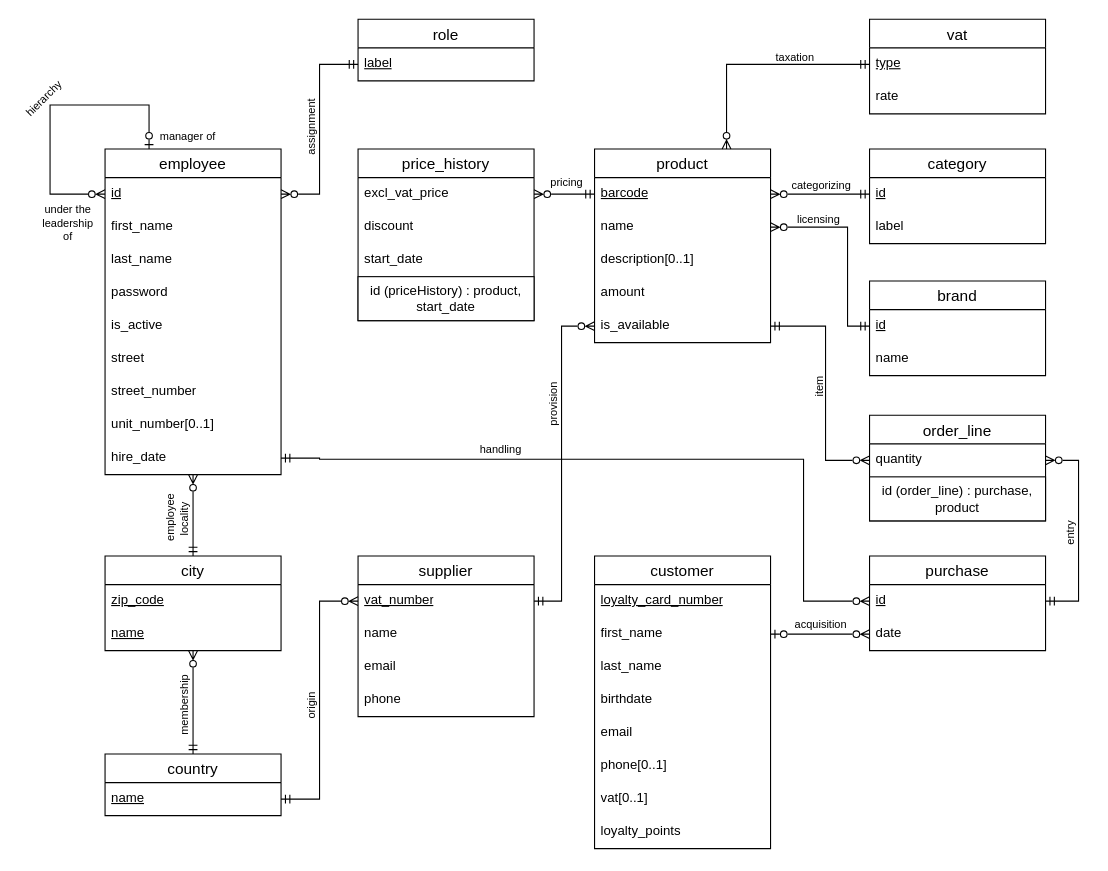
The draw.io diagram docs/db_design/er_diagram.drawio in maxoux53/petit-bazar, before the edit. Source tidied: cells renumbered, new cells numbered last; positions are measured from the earlier drawing's top-left corner, leaving out a move shared by most shapes. Both pictures are drawn from the tidied source at 110%, with x=0, y=0 at pixel (16, 19).
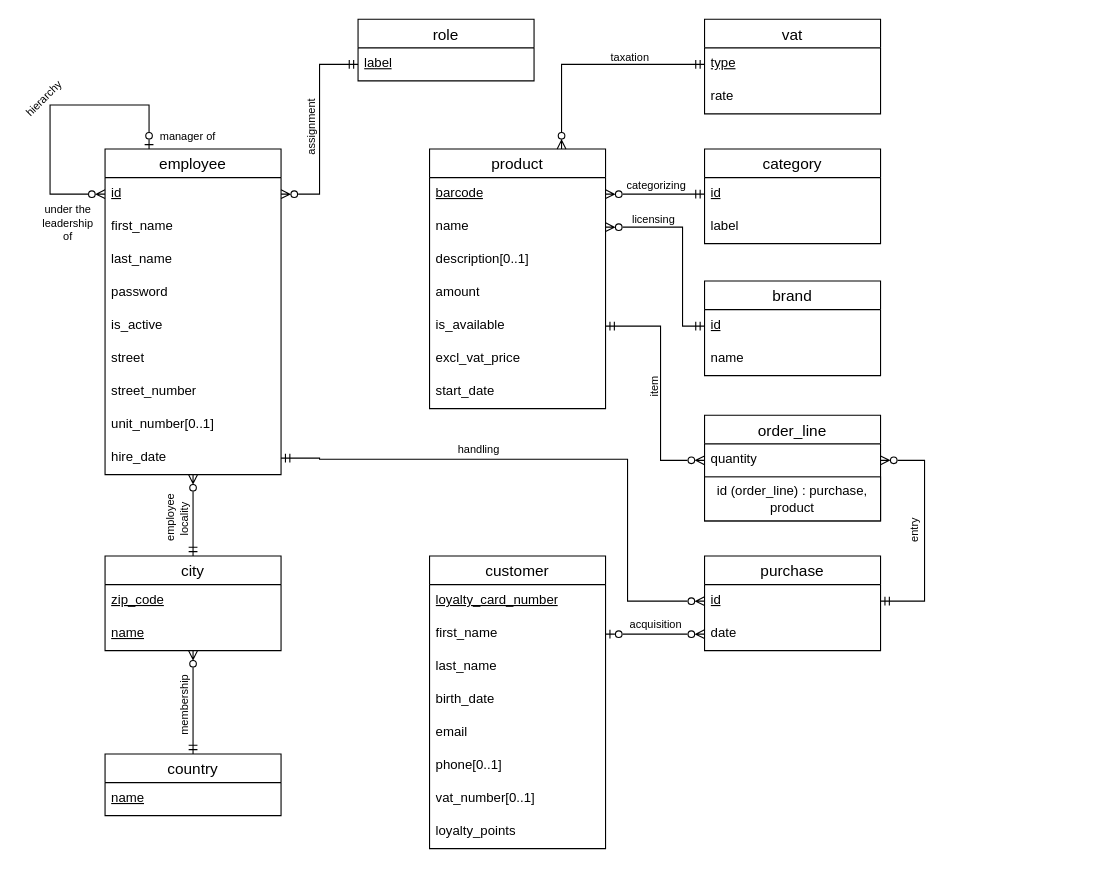
After the change.

Commit message (it also covers changes not shown here):
remove supplier and price history

Unchanged cells that the change refers to:
```xml
<mxCell id="13" value="hire_date" style="text;strokeColor=none;fillColor=none;spacingLeft=4;spacingRight=4;overflow=hidden;points=[[0,0.5],[1,0.5]];portConstraint=eastwest;fontSize=12;whiteSpace=wrap;html=1;" parent="3" vertex="1">
  <mxGeometry y="266" width="160" height="30" as="geometry" />
</mxCell>
<mxCell id="15" value="&lt;u&gt;barcode&lt;/u&gt;" style="text;strokeColor=none;fillColor=none;spacingLeft=4;spacingRight=4;overflow=hidden;points=[[0,0.5],[1,0.5]];portConstraint=eastwest;fontSize=12;whiteSpace=wrap;html=1;" parent="14" vertex="1">
  <mxGeometry y="26" width="160" height="30" as="geometry" />
</mxCell>
<mxCell id="16" value="name" style="text;strokeColor=none;fillColor=none;spacingLeft=4;spacingRight=4;overflow=hidden;points=[[0,0.5],[1,0.5]];portConstraint=eastwest;fontSize=12;whiteSpace=wrap;html=1;" parent="14" vertex="1">
  <mxGeometry y="56" width="160" height="30" as="geometry" />
</mxCell>
<mxCell id="19" value="is_available" style="text;strokeColor=none;fillColor=none;spacingLeft=4;spacingRight=4;overflow=hidden;points=[[0,0.5],[1,0.5]];portConstraint=eastwest;fontSize=12;whiteSpace=wrap;html=1;" parent="14" vertex="1">
  <mxGeometry y="146" width="160" height="30" as="geometry" />
</mxCell>
<mxCell id="21" value="&lt;u&gt;id&lt;/u&gt;" style="text;strokeColor=none;fillColor=none;spacingLeft=4;spacingRight=4;overflow=hidden;points=[[0,0.5],[1,0.5]];portConstraint=eastwest;fontSize=12;whiteSpace=wrap;html=1;" parent="20" vertex="1">
  <mxGeometry y="26" width="160" height="30" as="geometry" />
</mxCell>
<mxCell id="34" value="&lt;u&gt;name&lt;/u&gt;" style="text;strokeColor=none;fillColor=none;spacingLeft=4;spacingRight=4;overflow=hidden;points=[[0,0.5],[1,0.5]];portConstraint=eastwest;fontSize=12;whiteSpace=wrap;html=1;" parent="33" vertex="1">
  <mxGeometry y="26" width="160" height="30" as="geometry" />
</mxCell>
<mxCell id="50" value="&lt;u&gt;id&lt;/u&gt;" style="text;strokeColor=none;fillColor=none;spacingLeft=4;spacingRight=4;overflow=hidden;points=[[0,0.5],[1,0.5]];portConstraint=eastwest;fontSize=12;whiteSpace=wrap;html=1;" parent="49" vertex="1">
  <mxGeometry y="26" width="160" height="30" as="geometry" />
</mxCell>
<mxCell id="51" value="date" style="text;strokeColor=none;fillColor=none;spacingLeft=4;spacingRight=4;overflow=hidden;points=[[0,0.5],[1,0.5]];portConstraint=eastwest;fontSize=12;whiteSpace=wrap;html=1;" parent="49" vertex="1">
  <mxGeometry y="56" width="160" height="30" as="geometry" />
</mxCell>
<mxCell id="53" value="quantity" style="text;strokeColor=none;fillColor=none;spacingLeft=4;spacingRight=4;overflow=hidden;points=[[0,0.5],[1,0.5]];portConstraint=eastwest;fontSize=12;whiteSpace=wrap;html=1;" parent="52" vertex="1">
  <mxGeometry y="26" width="160" height="30" as="geometry" />
</mxCell>
```

Diff of the diagram source:
```diff
@@
     <mxCell id="2" style="edgeStyle=orthogonalEdgeStyle;rounded=0;jettySize=auto;html=1;exitX=1;exitY=0.5;exitDx=0;exitDy=0;entryX=0;entryY=0.5;entryDx=0;entryDy=0;startArrow=ERmandOne;startFill=0;endArrow=ERzeroToMany;endFill=0;" parent="1" edge="1" source="13" target="50">
       <mxGeometry relative="1" as="geometry">
         <Array as="points">
           <mxPoint x="275" y="399" />
-          <mxPoint x="275" y="400" />
-          <mxPoint x="715" y="400" />
-          <mxPoint x="715" y="529" />
+          <mxPoint x="555" y="400" />
+          <mxPoint x="555" y="529" />
         </Array>
       </mxGeometry>
     </mxCell>
@@
     <mxCell id="14" value="product" style="swimlane;fontStyle=0;horizontal=1;startSize=26;align=center;fontSize=14;" parent="1" vertex="1">
-      <mxGeometry x="525" y="118" width="160" height="176" as="geometry" />
+      <mxGeometry x="375" y="118" width="160" height="236" as="geometry" />
     </mxCell>
@@
+    <mxCell id="36" value="excl_vat_price" style="text;strokeColor=none;fillColor=none;spacingLeft=4;spacingRight=4;overflow=hidden;points=[[0,0.5],[1,0.5]];portConstraint=eastwest;fontSize=12;whiteSpace=wrap;html=1;" parent="14" vertex="1">
+      <mxGeometry y="176" width="160" height="30" as="geometry" />
+    </mxCell>
+    <mxCell id="38" value="start_date" style="text;strokeColor=none;fillColor=none;spacingLeft=4;spacingRight=4;overflow=hidden;fontSize=12;whiteSpace=wrap;html=1;" parent="14" vertex="1">
+      <mxGeometry y="206" width="160" height="30" as="geometry" />
+    </mxCell>
     <mxCell id="20" value="brand" style="swimlane;fontStyle=0;horizontal=1;startSize=26;align=center;fontSize=14;" parent="1" vertex="1">
-      <mxGeometry x="775" y="238" width="160" height="86" as="geometry" />
+      <mxGeometry x="625" y="238" width="160" height="86" as="geometry" />
     </mxCell>
@@
-    <mxCell id="23" value="supplier" style="swimlane;fontStyle=0;horizontal=1;startSize=26;align=center;fontSize=14;" parent="1" vertex="1">
-      <mxGeometry x="310" y="488" width="160" height="146" as="geometry" />
-    </mxCell>
-    <mxCell id="24" value="&lt;u&gt;vat_number&lt;/u&gt;" style="text;strokeColor=none;fillColor=none;spacingLeft=4;spacingRight=4;overflow=hidden;points=[[0,0.5],[1,0.5]];portConstraint=eastwest;fontSize=12;whiteSpace=wrap;html=1;" parent="23" vertex="1">
-      <mxGeometry y="26" width="160" height="30" as="geometry" />
-    </mxCell>
-    <mxCell id="25" value="name" style="text;strokeColor=none;fillColor=none;spacingLeft=4;spacingRight=4;overflow=hidden;fontSize=12;whiteSpace=wrap;html=1;" parent="23" vertex="1">
-      <mxGeometry y="56" width="160" height="30" as="geometry" />
-    </mxCell>
-    <mxCell id="26" value="email" style="text;strokeColor=none;fillColor=none;spacingLeft=4;spacingRight=4;overflow=hidden;fontSize=12;whiteSpace=wrap;html=1;" parent="23" vertex="1">
-      <mxGeometry y="86" width="160" height="30" as="geometry" />
-    </mxCell>
-    <mxCell id="27" value="phone" style="text;strokeColor=none;fillColor=none;spacingLeft=4;spacingRight=4;overflow=hidden;fontSize=12;whiteSpace=wrap;html=1;" parent="23" vertex="1">
-      <mxGeometry y="116" width="160" height="30" as="geometry" />
-    </mxCell>
@@
-    <mxCell id="35" value="price_history" style="swimlane;fontStyle=0;horizontal=1;startSize=26;align=center;fontSize=14;" parent="1" vertex="1">
-      <mxGeometry x="310" y="118" width="160" height="156" as="geometry" />
-    </mxCell>
-    <mxCell id="36" value="excl_vat_price" style="text;strokeColor=none;fillColor=none;spacingLeft=4;spacingRight=4;overflow=hidden;points=[[0,0.5],[1,0.5]];portConstraint=eastwest;fontSize=12;whiteSpace=wrap;html=1;" parent="35" vertex="1">
-      <mxGeometry y="26" width="160" height="30" as="geometry" />
-    </mxCell>
-    <mxCell id="37" value="discount" style="text;strokeColor=none;fillColor=none;spacingLeft=4;spacingRight=4;overflow=hidden;fontSize=12;whiteSpace=wrap;html=1;" parent="35" vertex="1">
-      <mxGeometry y="56" width="160" height="30" as="geometry" />
-    </mxCell>
-    <mxCell id="38" value="start_date" style="text;strokeColor=none;fillColor=none;spacingLeft=4;spacingRight=4;overflow=hidden;fontSize=12;whiteSpace=wrap;html=1;" parent="35" vertex="1">
-      <mxGeometry y="86" width="160" height="30" as="geometry" />
-    </mxCell>
-    <mxCell id="39" value="id (priceHistory) : product, start_date" style="whiteSpace=wrap;html=1;align=center;" parent="35" vertex="1">
-      <mxGeometry y="116" width="160" height="40" as="geometry" />
-    </mxCell>
     <mxCell id="40" value="customer" style="swimlane;fontStyle=0;horizontal=1;startSize=26;align=center;fontSize=14;" parent="1" vertex="1">
-      <mxGeometry x="525" y="488" width="160" height="266" as="geometry" />
+      <mxGeometry x="375" y="488" width="160" height="266" as="geometry" />
     </mxCell>
@@
-    <mxCell id="44" value="birthdate" style="text;strokeColor=none;fillColor=none;spacingLeft=4;spacingRight=4;overflow=hidden;fontSize=12;whiteSpace=wrap;html=1;" parent="40" vertex="1">
+    <mxCell id="44" value="birth_date" style="text;strokeColor=none;fillColor=none;spacingLeft=4;spacingRight=4;overflow=hidden;fontSize=12;whiteSpace=wrap;html=1;" parent="40" vertex="1">
       <mxGeometry y="116" width="160" height="30" as="geometry" />
     </mxCell>
@@
-    <mxCell id="47" value="vat[0..1]" style="text;strokeColor=none;fillColor=none;spacingLeft=4;spacingRight=4;overflow=hidden;fontSize=12;whiteSpace=wrap;html=1;" parent="40" vertex="1">
+    <mxCell id="47" value="vat_number[0..1]" style="text;strokeColor=none;fillColor=none;spacingLeft=4;spacingRight=4;overflow=hidden;fontSize=12;whiteSpace=wrap;html=1;" parent="40" vertex="1">
       <mxGeometry y="206" width="160" height="30" as="geometry" />
     </mxCell>
@@
     <mxCell id="49" value="purchase" style="swimlane;fontStyle=0;horizontal=1;startSize=26;align=center;fontSize=14;" parent="1" vertex="1">
-      <mxGeometry x="775" y="488" width="160" height="86" as="geometry" />
+      <mxGeometry x="625" y="488" width="160" height="86" as="geometry" />
     </mxCell>
@@
     <mxCell id="52" value="order_line" style="swimlane;fontStyle=0;horizontal=1;startSize=26;align=center;fontSize=14;" parent="1" vertex="1">
-      <mxGeometry x="775" y="360" width="160" height="96" as="geometry" />
+      <mxGeometry x="625" y="360" width="160" height="96" as="geometry" />
     </mxCell>
@@
-    <mxCell id="55" style="edgeStyle=orthogonalEdgeStyle;rounded=0;jettySize=auto;html=1;exitX=0;exitY=0.5;exitDx=0;exitDy=0;entryX=1;entryY=0.5;entryDx=0;entryDy=0;endArrow=ERmandOne;endFill=0;startArrow=ERzeroToMany;startFill=0;" parent="1" edge="1" source="24" target="34">
-      <mxGeometry relative="1" as="geometry" />
-    </mxCell>
-    <mxCell id="56" style="edgeStyle=orthogonalEdgeStyle;rounded=0;jettySize=auto;html=1;exitX=1;exitY=0.5;exitDx=0;exitDy=0;endArrow=ERzeroToMany;endFill=0;startArrow=ERmandOne;startFill=0;entryX=0;entryY=0.5;entryDx=0;entryDy=0;" parent="1" edge="1" source="24" target="19">
-      <mxGeometry relative="1" as="geometry">
-        <Array as="points">
-          <mxPoint x="495" y="529" />
-          <mxPoint x="495" y="279" />
-        </Array>
-      </mxGeometry>
-    </mxCell>
-    <mxCell id="57" style="edgeStyle=orthogonalEdgeStyle;rounded=0;jettySize=auto;html=1;exitX=0;exitY=0.5;exitDx=0;exitDy=0;entryX=1;entryY=0.5;entryDx=0;entryDy=0;endArrow=ERzeroToMany;endFill=0;startArrow=ERmandOne;startFill=0;" parent="1" edge="1" source="15" target="36">
-      <mxGeometry relative="1" as="geometry" />
-    </mxCell>
     <mxCell id="58" style="edgeStyle=orthogonalEdgeStyle;rounded=0;jettySize=auto;html=1;exitX=1;exitY=0.5;exitDx=0;exitDy=0;entryX=0;entryY=0.5;entryDx=0;entryDy=0;endArrow=ERmandOne;endFill=0;startArrow=ERzeroToMany;startFill=0;" parent="1" edge="1" source="16" target="21">
       <mxGeometry relative="1" as="geometry">
         <Array as="points">
-          <mxPoint x="755" y="189" />
-          <mxPoint x="755" y="279" />
+          <mxPoint x="605" y="189" />
+          <mxPoint x="605" y="279" />
         </Array>
       </mxGeometry>
     </mxCell>
     <mxCell id="59" style="edgeStyle=orthogonalEdgeStyle;rounded=0;jettySize=auto;html=1;exitX=1;exitY=0.5;exitDx=0;exitDy=0;entryX=0;entryY=0.5;entryDx=0;entryDy=0;endArrow=ERzeroToMany;endFill=0;startArrow=ERmandOne;startFill=0;" parent="1" edge="1" source="19" target="53">
       <mxGeometry relative="1" as="geometry">
         <Array as="points">
-          <mxPoint x="735" y="279" />
-          <mxPoint x="735" y="401" />
+          <mxPoint x="585" y="279" />
+          <mxPoint x="585" y="401" />
         </Array>
       </mxGeometry>
     </mxCell>
     <mxCell id="60" style="edgeStyle=orthogonalEdgeStyle;rounded=0;jettySize=auto;html=1;exitX=1;exitY=0.5;exitDx=0;exitDy=0;entryX=1;entryY=0.5;entryDx=0;entryDy=0;endArrow=ERmandOne;endFill=0;startArrow=ERzeroToMany;startFill=0;" parent="1" edge="1" source="53" target="50">
       <mxGeometry relative="1" as="geometry">
         <Array as="points">
-          <mxPoint x="965" y="401" />
-          <mxPoint x="965" y="529" />
+          <mxPoint x="825" y="401" />
+          <mxPoint x="825" y="529" />
         </Array>
       </mxGeometry>
     </mxCell>
     <mxCell id="61" style="edgeStyle=orthogonalEdgeStyle;rounded=0;jettySize=auto;html=1;exitX=0;exitY=0.5;exitDx=0;exitDy=0;endArrow=ERzeroToOne;endFill=0;startArrow=ERzeroToMany;startFill=0;" parent="1" edge="1" source="51">
       <mxGeometry relative="1" as="geometry">
-        <mxPoint x="685" y="559" as="targetPoint" />
+        <mxPoint x="535" y="559" as="targetPoint" />
         <Array as="points">
-          <mxPoint x="705" y="559" />
-          <mxPoint x="705" y="559" />
+          <mxPoint x="555" y="559" />
+          <mxPoint x="555" y="559" />
         </Array>
       </mxGeometry>
     </mxCell>
@@
     <mxCell id="64" value="category" style="swimlane;fontStyle=0;horizontal=1;startSize=26;align=center;fontSize=14;" parent="1" vertex="1">
-      <mxGeometry x="775" y="118" width="160" height="86" as="geometry" />
+      <mxGeometry x="625" y="118" width="160" height="86" as="geometry" />
     </mxCell>
@@
     <mxCell id="68" value="vat" style="swimlane;fontStyle=0;horizontal=1;startSize=26;align=center;fontSize=14;" parent="1" vertex="1">
-      <mxGeometry x="775" width="160" height="86" as="geometry" />
+      <mxGeometry x="625" width="160" height="86" as="geometry" />
     </mxCell>
@@
     <mxCell id="77" value="acquisition" style="text;html=1;align=center;verticalAlign=middle;whiteSpace=wrap;rounded=0;rotation=0;fontSize=10;" parent="1" vertex="1">
-      <mxGeometry x="701" y="545" width="60" height="10" as="geometry" />
+      <mxGeometry x="551" y="545" width="60" height="10" as="geometry" />
     </mxCell>
     <mxCell id="78" value="&lt;div&gt;handling&lt;/div&gt;" style="text;html=1;align=center;verticalAlign=middle;whiteSpace=wrap;rounded=0;rotation=0;fontSize=10;" parent="1" vertex="1">
-      <mxGeometry x="410" y="381" width="60" height="20" as="geometry" />
+      <mxGeometry x="390" y="381" width="60" height="20" as="geometry" />
     </mxCell>
     <mxCell id="79" value="&lt;div&gt;taxation&lt;/div&gt;" style="text;html=1;align=center;verticalAlign=middle;whiteSpace=wrap;rounded=0;rotation=0;fontSize=10;" parent="1" vertex="1">
-      <mxGeometry x="686" y="28" width="43" height="11.5" as="geometry" />
+      <mxGeometry x="536" y="28" width="43" height="11.5" as="geometry" />
     </mxCell>
     <mxCell id="80" value="&lt;div&gt;licensing&lt;/div&gt;" style="text;html=1;align=center;verticalAlign=middle;whiteSpace=wrap;rounded=0;rotation=0;fontSize=10;" parent="1" vertex="1">
-      <mxGeometry x="705" y="175.8" width="48" height="11.5" as="geometry" />
+      <mxGeometry x="555" y="175.8" width="48" height="11.5" as="geometry" />
     </mxCell>
     <mxCell id="81" value="&lt;div&gt;categorizing&lt;/div&gt;" style="text;html=1;align=center;verticalAlign=middle;whiteSpace=wrap;rounded=0;rotation=0;fontSize=10;" parent="1" vertex="1">
-      <mxGeometry x="702" y="143" width="59" height="15" as="geometry" />
+      <mxGeometry x="552" y="143" width="59" height="15" as="geometry" />
     </mxCell>
-    <mxCell id="82" value="provision" style="text;html=1;align=center;verticalAlign=middle;whiteSpace=wrap;rounded=0;rotation=-90;fontSize=10;" parent="1" vertex="1">
-      <mxGeometry x="462" y="340" width="50" height="20" as="geometry" />
-    </mxCell>
@@
-    <mxCell id="84" value="&lt;div&gt;pricing&lt;/div&gt;" style="text;html=1;align=center;verticalAlign=middle;whiteSpace=wrap;rounded=0;rotation=0;fontSize=10;" parent="1" vertex="1">
-      <mxGeometry x="483" y="140" width="34" height="15" as="geometry" />
-    </mxCell>
-    <mxCell id="85" value="&lt;div&gt;origin&lt;/div&gt;" style="text;html=1;align=center;verticalAlign=middle;whiteSpace=wrap;rounded=0;rotation=-90;fontSize=10;" parent="1" vertex="1">
-      <mxGeometry x="252" y="614" width="30" height="20" as="geometry" />
-    </mxCell>
     <mxCell id="86" value="&lt;div&gt;item&lt;/div&gt;" style="text;html=1;align=center;verticalAlign=middle;whiteSpace=wrap;rounded=0;rotation=-90;fontSize=10;" parent="1" vertex="1">
-      <mxGeometry x="714" y="324" width="30" height="20" as="geometry" />
+      <mxGeometry x="564" y="324" width="30" height="20" as="geometry" />
     </mxCell>
     <mxCell id="87" value="&lt;div&gt;entry&lt;/div&gt;" style="text;html=1;align=center;verticalAlign=middle;whiteSpace=wrap;rounded=0;rotation=-90;fontSize=10;" parent="1" vertex="1">
-      <mxGeometry x="942" y="458.5" width="30" height="17" as="geometry" />
+      <mxGeometry x="800" y="456" width="30" height="17" as="geometry" />
     </mxCell>
```
